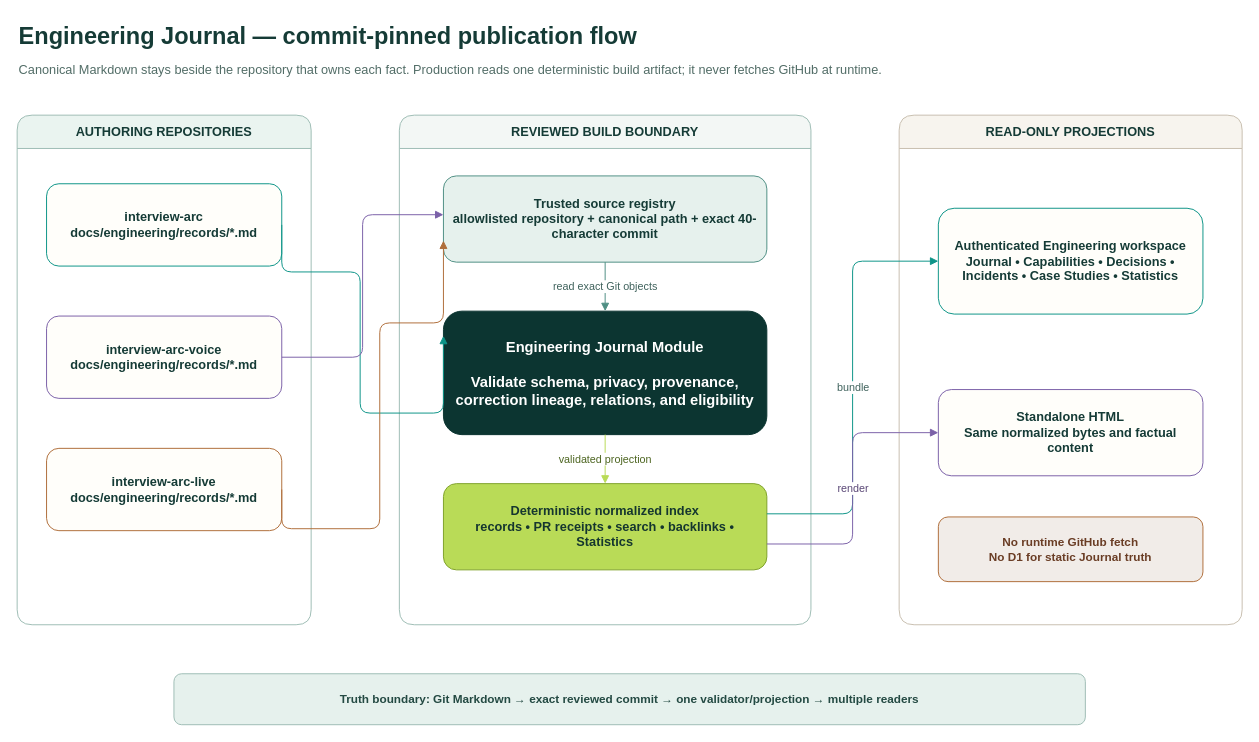
This is docs/design/engineering-workspace/journal-module-architecture.drawio from Vinosaamaa/interview-arc, a draw.io file, before an edit. Source tidied: cells renumbered, new cells numbered last; positions are measured from the earlier drawing's top-left corner, leaving out a move shared by most shapes. Both pictures are drawn from the tidied source at 98%, with x=0, y=0 at pixel (17, 17).
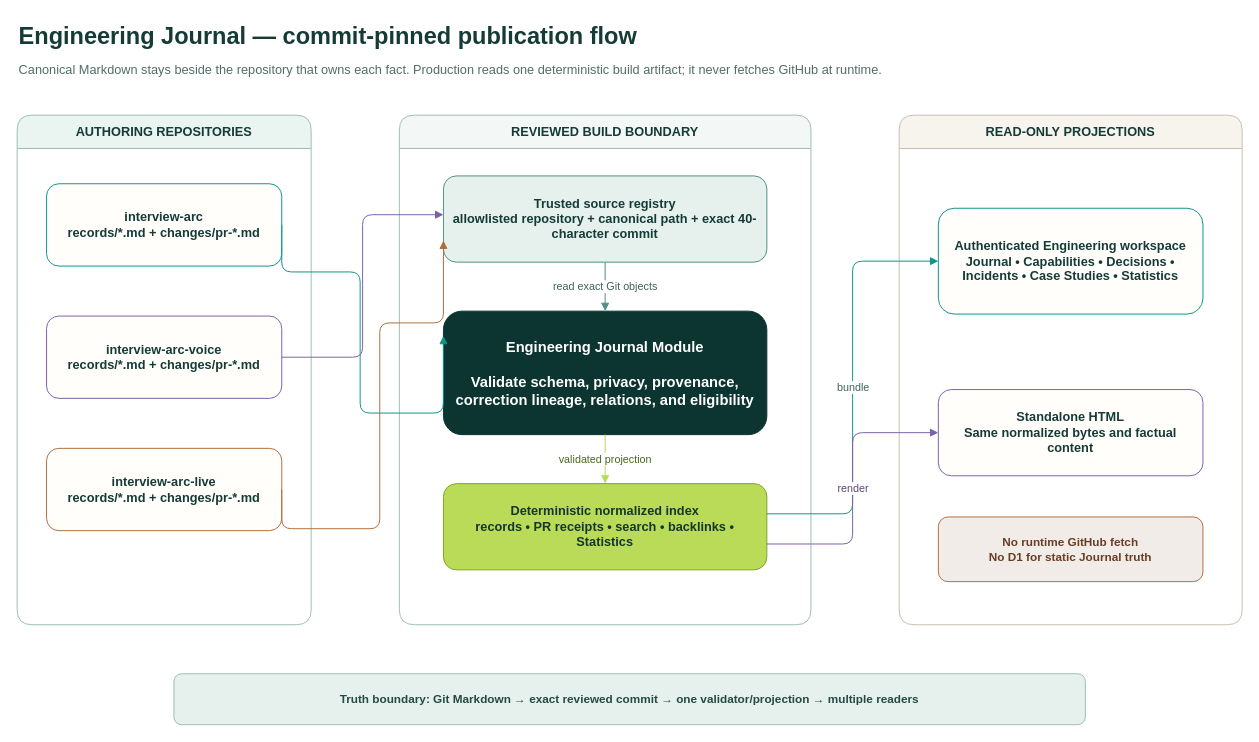
The same diagram, later.

Commit message (it also covers changes not shown here):
fix: harden engineering receipt provenance

Unchanged cells that the change refers to:
```xml
<mxCell id="4" value="AUTHORING REPOSITORIES" style="swimlane;startSize=34;horizontal=1;rounded=1;whiteSpace=wrap;html=1;fillColor=#eaf4f0;strokeColor=#9ebdb5;fontColor=#153b36;fontStyle=1;fontFamily=Helvetica;fontSize=13;" parent="1" vertex="1">
  <mxGeometry y="100" width="300" height="520" as="geometry" />
</mxCell>
```

The edit, as a diff of the source:
```diff
@@
-    <mxCell id="5" value="interview-arc&#10;docs/engineering/records/*.md" style="rounded=1;whiteSpace=wrap;html=1;fillColor=#fffefa;strokeColor=#0d9488;fontColor=#153b36;fontFamily=Helvetica;fontSize=13;fontStyle=1;spacing=10;" parent="4" vertex="1">
+    <mxCell id="5" value="interview-arc&#10;records/*.md + changes/pr-*.md" style="rounded=1;whiteSpace=wrap;html=1;fillColor=#fffefa;strokeColor=#0d9488;fontColor=#153b36;fontFamily=Helvetica;fontSize=13;fontStyle=1;spacing=10;" parent="4" vertex="1">
       <mxGeometry x="30" y="70" width="240" height="84" as="geometry" />
     </mxCell>
-    <mxCell id="6" value="interview-arc-voice&#10;docs/engineering/records/*.md" style="rounded=1;whiteSpace=wrap;html=1;fillColor=#fffefa;strokeColor=#7b61a8;fontColor=#153b36;fontFamily=Helvetica;fontSize=13;fontStyle=1;spacing=10;" parent="4" vertex="1">
+    <mxCell id="6" value="interview-arc-voice&#10;records/*.md + changes/pr-*.md" style="rounded=1;whiteSpace=wrap;html=1;fillColor=#fffefa;strokeColor=#7b61a8;fontColor=#153b36;fontFamily=Helvetica;fontSize=13;fontStyle=1;spacing=10;" parent="4" vertex="1">
       <mxGeometry x="30" y="205" width="240" height="84" as="geometry" />
     </mxCell>
-    <mxCell id="7" value="interview-arc-live&#10;docs/engineering/records/*.md" style="rounded=1;whiteSpace=wrap;html=1;fillColor=#fffefa;strokeColor=#b06e3b;fontColor=#153b36;fontFamily=Helvetica;fontSize=13;fontStyle=1;spacing=10;" parent="4" vertex="1">
+    <mxCell id="7" value="interview-arc-live&#10;records/*.md + changes/pr-*.md" style="rounded=1;whiteSpace=wrap;html=1;fillColor=#fffefa;strokeColor=#b06e3b;fontColor=#153b36;fontFamily=Helvetica;fontSize=13;fontStyle=1;spacing=10;" parent="4" vertex="1">
       <mxGeometry x="30" y="340" width="240" height="84" as="geometry" />
     </mxCell>
```
